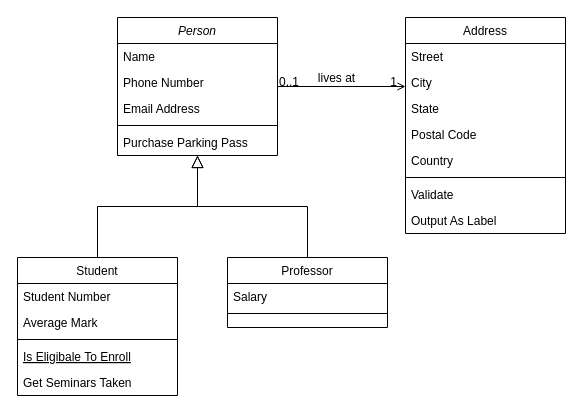
Before: Untitled Diagram.drawio in ItzRick/Quizeo, a draw.io diagram. Source tidied: cells renumbered, new cells numbered last; positions are measured from the earlier drawing's top-left corner, leaving out a move shared by most shapes. Both pictures are drawn from the tidied source at 100%, with x=0, y=0 at pixel (17, 17).
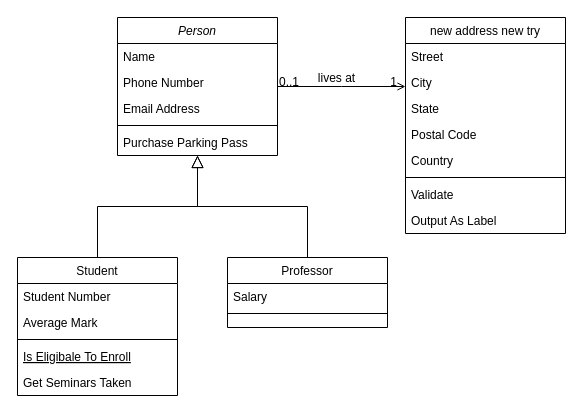
Above is the later version.

What changed in the source:
```diff
@@
-    <mxCell id="19" value="Address" style="swimlane;fontStyle=0;align=center;verticalAlign=top;horizontal=1;startSize=26;rounded=0;shadow=0;strokeWidth=1;" parent="1" vertex="1">
+    <mxCell id="19" value="new address new try" style="swimlane;fontStyle=0;align=center;verticalAlign=top;horizontal=1;startSize=26;rounded=0;shadow=0;strokeWidth=1;" parent="1" vertex="1">
       <mxGeometry x="388" width="160" height="216" as="geometry" />
     </mxCell>
```
